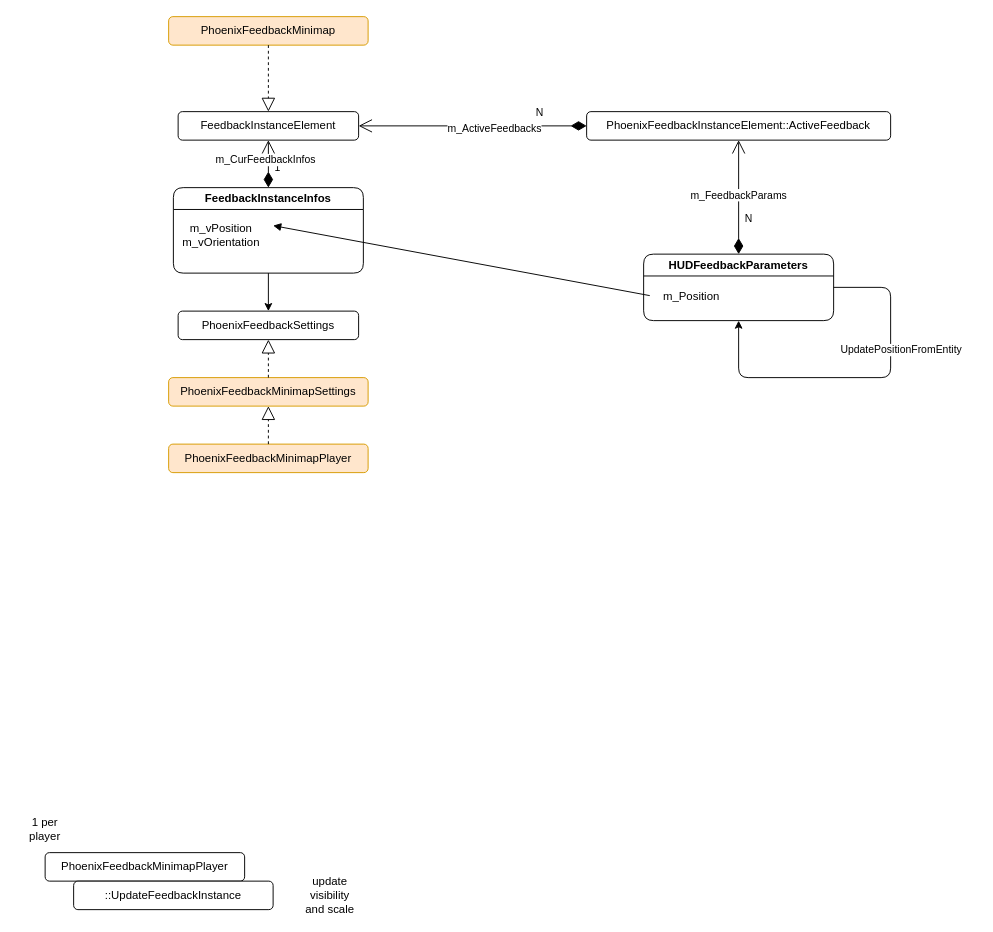
Before: playerperception.drawio in pfs5/drawio, a draw.io diagram. Source tidied: cells renumbered, new cells numbered last; positions are measured from the earlier drawing's top-left corner, leaving out a move shared by most shapes. Both pictures are drawn from the tidied source at 95%, with x=0, y=0 at pixel (16, 16).
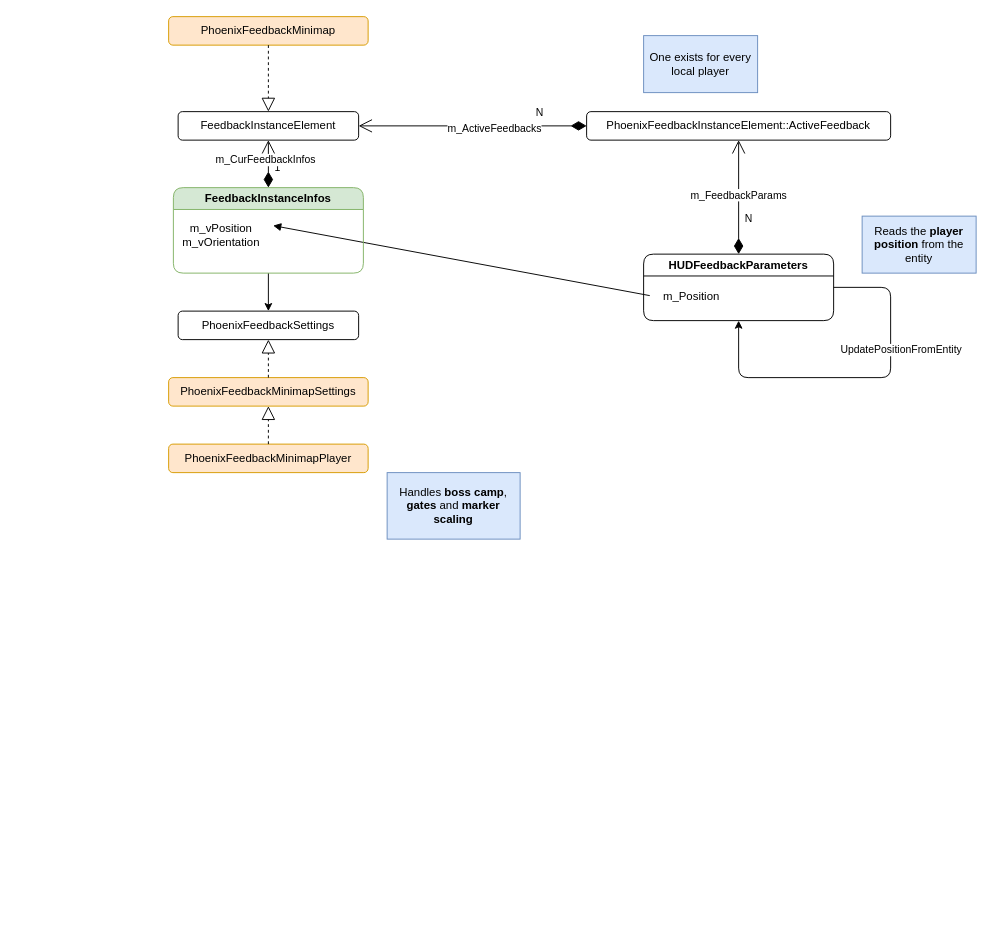
The same diagram, later.

Diff of the diagram source:
```diff
@@
-    <mxCell id="2" value="PhoenixFeedbackMinimapPlayer" style="rounded=1;whiteSpace=wrap;html=1;" parent="1" vertex="1">
-      <mxGeometry x="30" y="880" width="210" height="30" as="geometry" />
-    </mxCell>
-    <mxCell id="3" value="1 per player" style="text;html=1;strokeColor=none;fillColor=none;align=center;verticalAlign=middle;whiteSpace=wrap;rounded=1;" parent="1" vertex="1">
-      <mxGeometry y="840" width="60" height="30" as="geometry" />
-    </mxCell>
-    <mxCell id="4" value="::UpdateFeedbackInstance" style="rounded=1;whiteSpace=wrap;html=1;" parent="1" vertex="1">
-      <mxGeometry x="60" y="910" width="210" height="30" as="geometry" />
-    </mxCell>
-    <mxCell id="5" value="update visibility and scale" style="text;html=1;strokeColor=none;fillColor=none;align=center;verticalAlign=middle;whiteSpace=wrap;rounded=1;" parent="1" vertex="1">
-      <mxGeometry x="300" y="910" width="60" height="30" as="geometry" />
-    </mxCell>
@@
-    <mxCell id="27" value="FeedbackInstanceInfos" style="swimlane;whiteSpace=wrap;html=1;rounded=1;startSize=23;" parent="1" vertex="1">
+    <mxCell id="27" value="FeedbackInstanceInfos" style="swimlane;whiteSpace=wrap;html=1;rounded=1;startSize=23;fillColor=#d5e8d4;strokeColor=#82b366;" parent="1" vertex="1">
       <mxGeometry x="165" y="180" width="200" height="90" as="geometry" />
     </mxCell>
@@
+    <mxCell id="29" value="Handles &lt;b&gt;boss camp&lt;/b&gt;, &lt;b&gt;gates &lt;/b&gt;and&lt;b&gt; marker scaling&lt;/b&gt;" style="rounded=0;whiteSpace=wrap;html=1;fillColor=#dae8fc;strokeColor=#6c8ebf;" parent="1" vertex="1">
+      <mxGeometry x="390" y="480" width="140" height="70" as="geometry" />
+    </mxCell>
+    <mxCell id="30" value="Reads the &lt;b&gt;player position&lt;/b&gt; from the entity" style="rounded=0;whiteSpace=wrap;html=1;fillColor=#dae8fc;strokeColor=#6c8ebf;" parent="1" vertex="1">
+      <mxGeometry x="890" y="210" width="120" height="60" as="geometry" />
+    </mxCell>
+    <mxCell id="31" value="One exists for every local player" style="rounded=0;whiteSpace=wrap;html=1;fillColor=#dae8fc;strokeColor=#6c8ebf;" parent="1" vertex="1">
+      <mxGeometry x="660" y="20" width="120" height="60" as="geometry" />
+    </mxCell>
```
